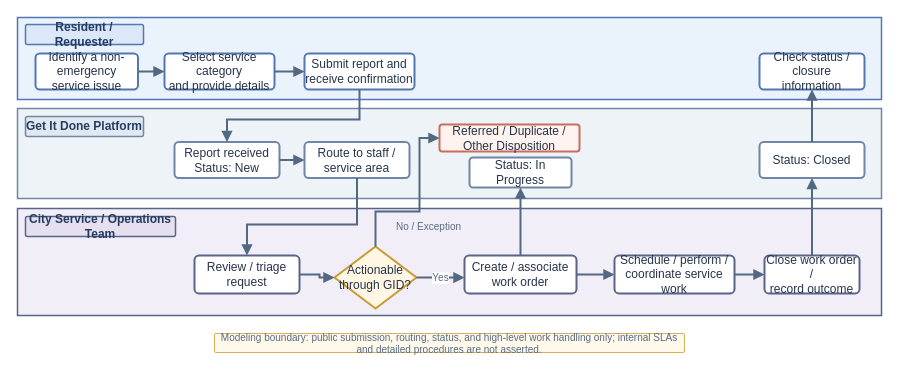
Before: process-maps/03_Current_State_Process_Map.drawio in ChaseBrangham/san-diego-service-operations-business-analysis, a draw.io diagram. Source tidied: cells renumbered, new cells numbered last; positions are measured from the earlier drawing's top-left corner, leaving out a move shared by most shapes. Both pictures are drawn from the tidied source at 100%, with x=0, y=0 at pixel (17, 17).
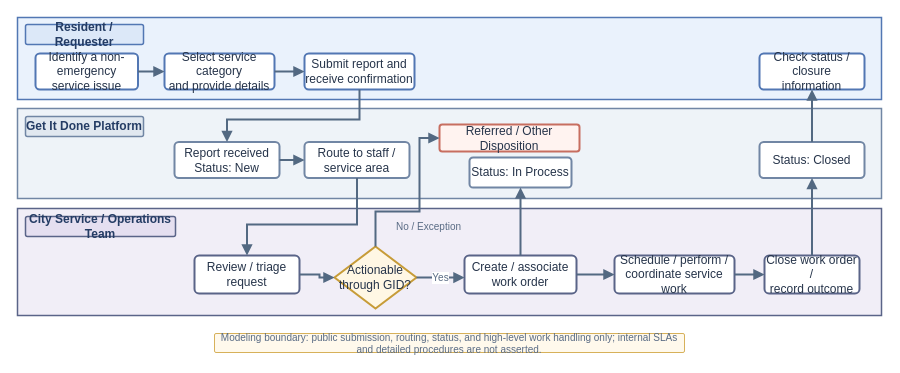
The same page after the edit.

Change to the diagram source:
```diff
@@
-    <mxCell id="11" value="Referred / Duplicate /&lt;br&gt;Other Disposition" style="rounded=1;arcSize=10;whiteSpace=wrap;html=1;fillColor=#FFF3F0;fontColor=#26344A;strokeColor=#C76E60;strokeWidth=2;fontSize=12;" parent="1" vertex="1">
+    <mxCell id="11" value="Referred / Other&lt;br&gt;Disposition" style="rounded=1;arcSize=10;whiteSpace=wrap;html=1;fillColor=#FFF3F0;fontColor=#26344A;strokeColor=#C76E60;strokeWidth=2;fontSize=12;" parent="1" vertex="1">
       <mxGeometry x="422" y="107" width="140" height="27" as="geometry" />
     </mxCell>
-    <mxCell id="12" value="Status: In Progress" style="rounded=1;arcSize=12;whiteSpace=wrap;html=1;fillColor=#FFFFFF;fontColor=#26344A;strokeWidth=2;strokeColor=#7186A4;" parent="1" vertex="1">
+    <mxCell id="12" value="Status: In Process" style="rounded=1;arcSize=12;whiteSpace=wrap;html=1;fillColor=#FFFFFF;fontColor=#26344A;strokeWidth=2;strokeColor=#7186A4;" parent="1" vertex="1">
       <mxGeometry x="452" y="140" width="102" height="30" as="geometry" />
     </mxCell>
```
